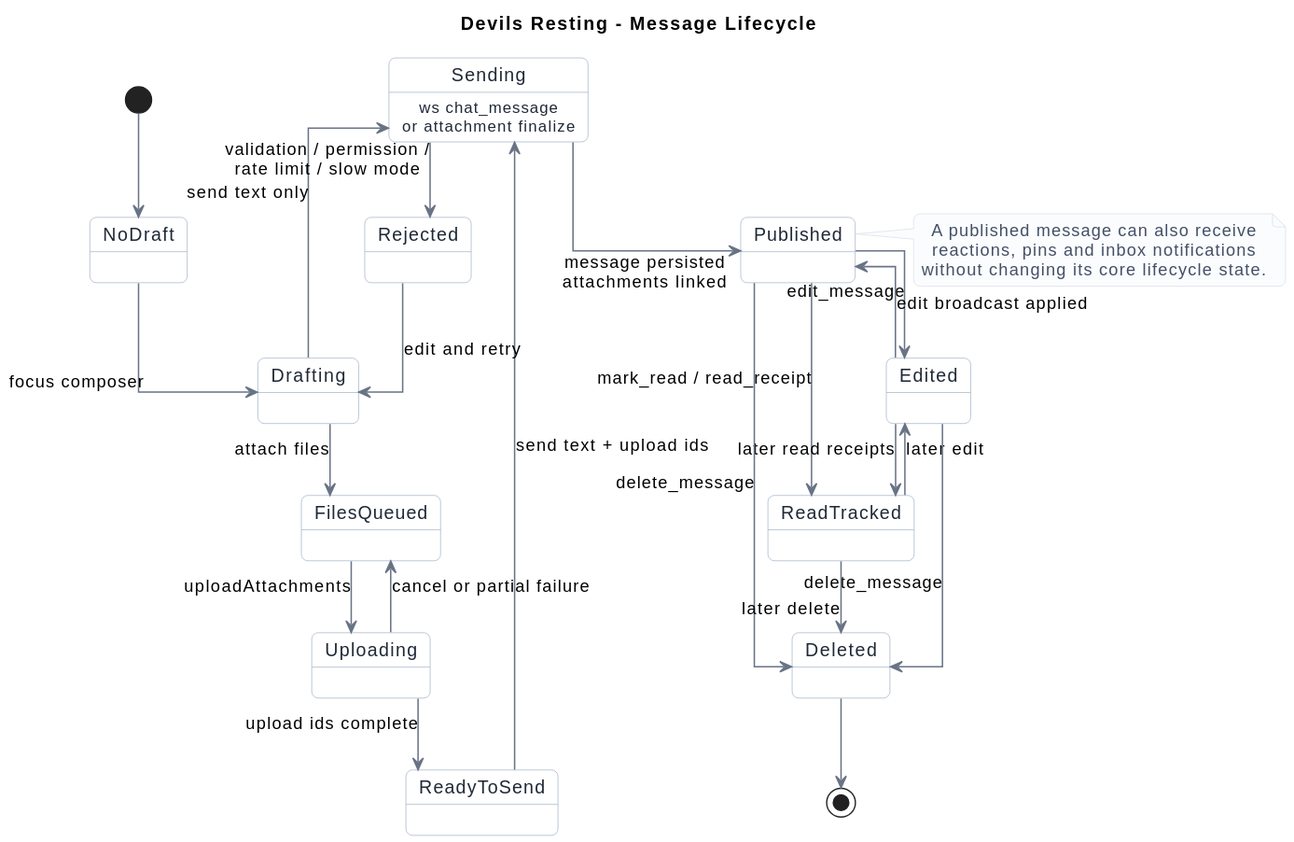
This is docs/uml/rendered/state-message-lifecycle.svg from asdAet/django-channels-chat-react--, a PlantUML export, as it was before one commit.
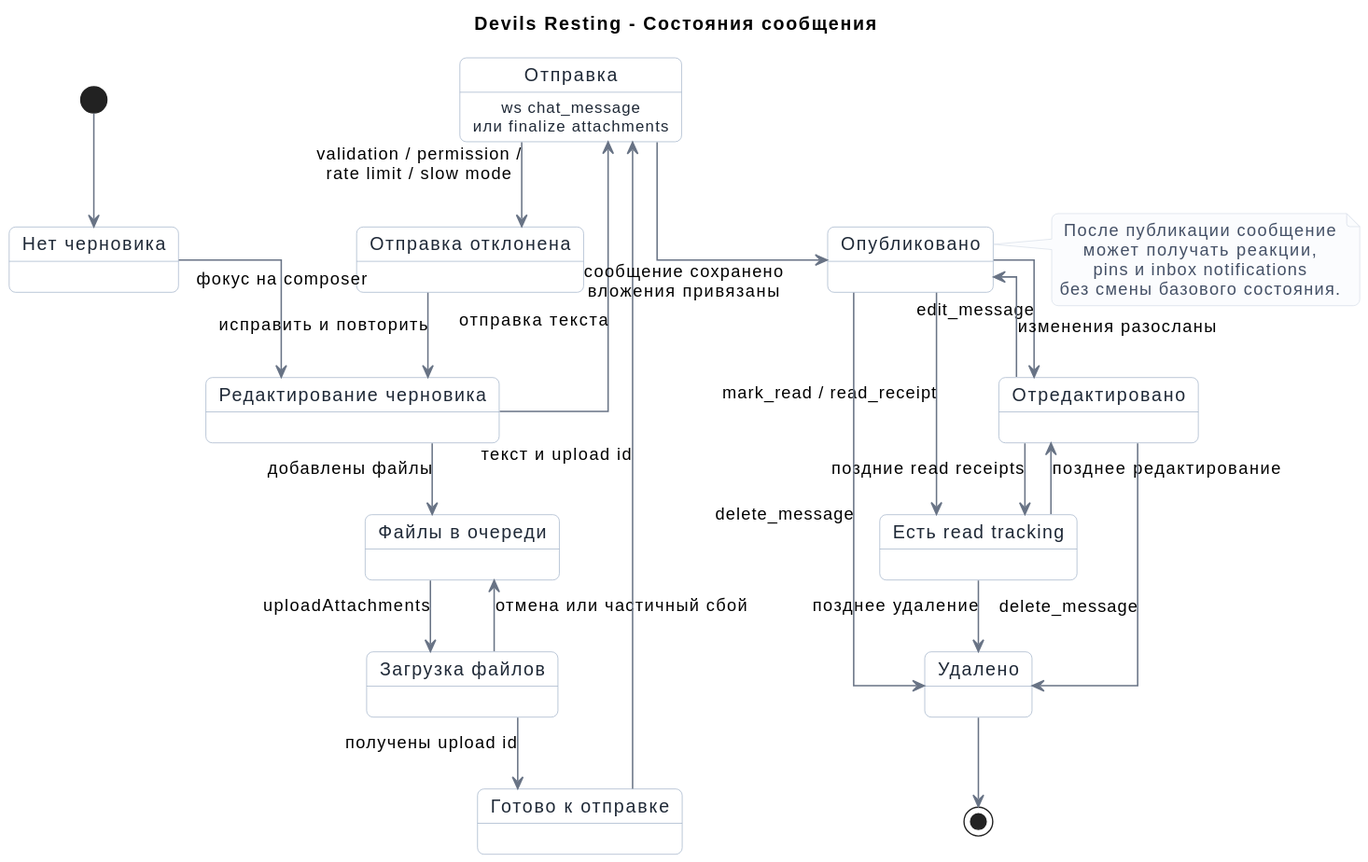
Above is the later version.

What changed in the source:
```diff
@@ -1,5 +1,5 @@
 @startuml
-title Devils Resting - Message Lifecycle
+title Devils Resting - Состояния сообщения
 skinparam shadowing false
 skinparam backgroundColor #ffffff
 skinparam linetype ortho
@@ -9,6 +9,7 @@
 skinparam roundcorner 10
 skinparam ArrowColor #687385
 skinparam ArrowThickness 1.1
+skinparam defaultFontName Arial
 skinparam state {
   BorderColor #9fb0c7
   BackgroundColor #ffffff
@@ -20,38 +21,51 @@
   FontColor #445066
 }
 
+state "Нет черновика" as NoDraft
+state "Редактирование черновика" as Drafting
+state "Файлы в очереди" as FilesQueued
+state "Загрузка файлов" as Uploading
+state "Готово к отправке" as ReadyToSend
+state "Отправка" as Sending
+state "Отправка отклонена" as Rejected
+state "Опубликовано" as Published
+state "Отредактировано" as Edited
+state "Есть read tracking" as ReadTracked
+state "Удалено" as Deleted
+
 [*] --> NoDraft
 
-NoDraft --> Drafting : focus composer
-Drafting --> FilesQueued : attach files
+NoDraft --> Drafting : фокус на composer
+Drafting --> FilesQueued : добавлены файлы
 FilesQueued --> Uploading : uploadAttachments
-Uploading --> FilesQueued : cancel or partial failure
-Uploading --> ReadyToSend : upload ids complete
+Uploading --> FilesQueued : отмена или частичный сбой
+Uploading --> ReadyToSend : получены upload id
 
-Drafting --> Sending : send text only
-ReadyToSend --> Sending : send text + upload ids
+Drafting --> Sending : отправка текста
+ReadyToSend --> Sending : текст и upload id
 
-Sending : ws chat_message\nor attachment finalize
-Sending --> Published : message persisted\nattachments linked
+Sending : ws chat_message\nили finalize attachments
+Sending --> Published : сообщение сохранено\nвложения привязаны
 Sending --> Rejected : validation / permission /\nrate limit / slow mode
-Rejected --> Drafting : edit and retry
+Rejected --> Drafting : исправить и повторить
 
 Published --> Edited : edit_message
-Edited --> Published : edit broadcast applied
+Edited --> Published : изменения разосланы
 
 Published --> ReadTracked : mark_read / read_receipt
-Edited --> ReadTracked : later read receipts
+Edited --> ReadTracked : поздние read receipts
 
 Published --> Deleted : delete_message
 Edited --> Deleted : delete_message
-ReadTracked --> Edited : later edit
-ReadTracked --> Deleted : later delete
+ReadTracked --> Edited : позднее редактирование
+ReadTracked --> Deleted : позднее удаление
 
 Deleted --> [*]
 
 note right of Published
-A published message can also receive
-reactions, pins and inbox notifications
-without changing its core lifecycle state.
+После публикации сообщение
+может получать реакции,
+pins и inbox notifications
+без смены базового состояния.
 end note
 @enduml
```
